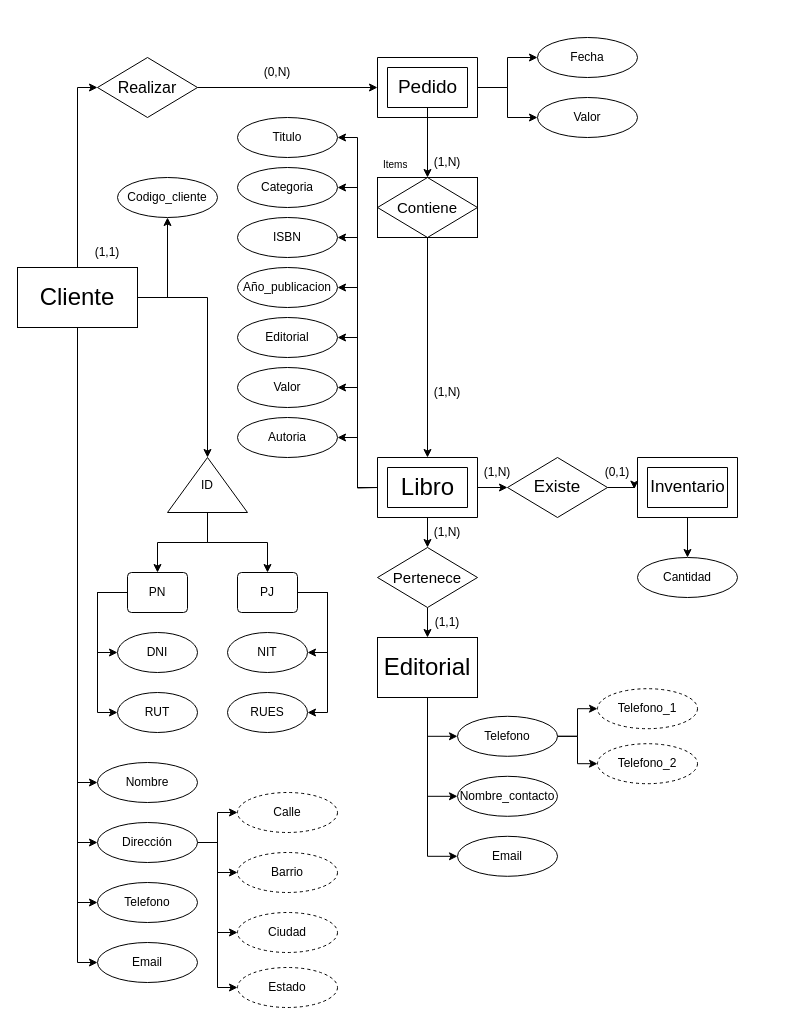
The draw.io diagram Diagrama sin título.drawio in MattLudu/portfolio, before the edit. Source tidied: cells renumbered, new cells numbered last; positions are measured from the earlier drawing's top-left corner, leaving out a move shared by most shapes. Both pictures are drawn from the tidied source at 100%, with x=0, y=0 at pixel (17, 37).
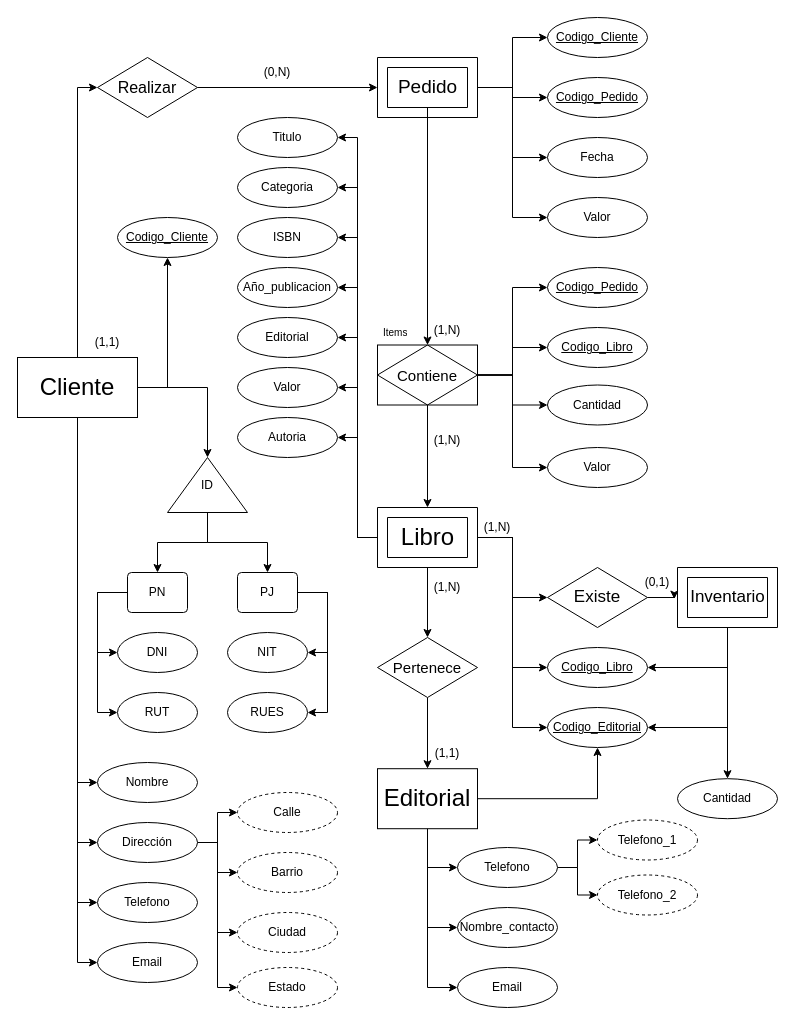
The same diagram, later.

Unchanged cells that the change refers to:
```xml
<mxCell id="16" style="verticalLabelPosition=bottom;verticalAlign=top;html=1;shape=mxgraph.basic.frame;dx=10;whiteSpace=wrap;" parent="15" vertex="1">
  <mxGeometry width="100" height="60" as="geometry" />
</mxCell>
<mxCell id="19" style="verticalLabelPosition=bottom;verticalAlign=top;html=1;shape=mxgraph.basic.frame;dx=10;whiteSpace=wrap;" parent="18" vertex="1">
  <mxGeometry width="100" height="60" as="geometry" />
</mxCell>
<mxCell id="22" style="verticalLabelPosition=bottom;verticalAlign=top;html=1;shape=mxgraph.basic.frame;dx=10;whiteSpace=wrap;" parent="21" vertex="1">
  <mxGeometry width="100" height="60" as="geometry" />
</mxCell>
<mxCell id="57" value="ID" style="triangle;whiteSpace=wrap;html=1;direction=north;" parent="1" vertex="1">
  <mxGeometry x="150" y="420" width="80" height="55" as="geometry" />
</mxCell>
<mxCell id="74" value="Titulo" style="ellipse;whiteSpace=wrap;html=1;align=center;" parent="1" vertex="1">
  <mxGeometry x="220" y="80" width="100" height="40" as="geometry" />
</mxCell>
```

The edit, as a diff of the source:
```diff
@@
     <mxCell id="7" style="edgeStyle=orthogonalEdgeStyle;rounded=0;jettySize=auto;html=1;exitX=1;exitY=0.5;exitDx=0;exitDy=0;entryX=1;entryY=0.5;entryDx=0;entryDy=0;" parent="1" edge="1" source="9" target="57">
       <mxGeometry relative="1" as="geometry">
         <Array as="points">
-          <mxPoint x="190" y="260" />
+          <mxPoint x="190" y="350" />
         </Array>
       </mxGeometry>
     </mxCell>
-    <mxCell id="8" style="edgeStyle=orthogonalEdgeStyle;rounded=0;jettySize=auto;html=1;entryX=0.5;entryY=1;entryDx=0;entryDy=0;exitX=1;exitY=0.5;exitDx=0;exitDy=0;" parent="1" edge="1" source="9" target="95">
+    <mxCell id="8" style="edgeStyle=orthogonalEdgeStyle;rounded=0;jettySize=auto;html=1;exitX=1;exitY=0.5;exitDx=0;exitDy=0;entryX=0.5;entryY=1;entryDx=0;entryDy=0;" parent="1" edge="1" source="9" target="101">
       <mxGeometry relative="1" as="geometry" />
     </mxCell>
     <mxCell id="9" value="&lt;font style=&quot;font-size: 24px;&quot;&gt;Cliente&lt;/font&gt;" style="rounded=0;whiteSpace=wrap;html=1;" parent="1" vertex="1">
-      <mxGeometry y="230" width="120" height="60" as="geometry" />
+      <mxGeometry y="320" width="120" height="60" as="geometry" />
     </mxCell>
@@
+    <mxCell id="96" style="edgeStyle=orthogonalEdgeStyle;rounded=0;jettySize=auto;html=1;entryX=0.5;entryY=1;entryDx=0;entryDy=0;" parent="1" edge="1" source="13" target="102">
+      <mxGeometry relative="1" as="geometry" />
+    </mxCell>
     <mxCell id="13" value="&lt;font style=&quot;font-size: 24px;&quot;&gt;Editorial&lt;/font&gt;" style="rounded=0;whiteSpace=wrap;html=1;" parent="1" vertex="1">
-      <mxGeometry x="360" y="600" width="100" height="60" as="geometry" />
+      <mxGeometry x="360" y="731.2" width="100" height="60" as="geometry" />
     </mxCell>
@@
     <mxCell id="15" style="group;" parent="1" vertex="1">
-      <mxGeometry x="360" y="420" width="100" height="60" as="geometry" />
+      <mxGeometry x="360" y="470" width="100" height="60" as="geometry" />
     </mxCell>
@@
     <mxCell id="21" style="group;" parent="1" vertex="1">
-      <mxGeometry x="620" y="420" width="100" height="60" as="geometry" />
+      <mxGeometry x="660" y="530" width="100" height="60" as="geometry" />
     </mxCell>
@@
     <mxCell id="25" value="(1,1)" style="text;html=1;align=center;verticalAlign=middle;whiteSpace=wrap;rounded=0;" parent="1" vertex="1">
-      <mxGeometry x="60" y="200" width="60" height="30" as="geometry" />
+      <mxGeometry x="60" y="290" width="60" height="30" as="geometry" />
     </mxCell>
@@
     <mxCell id="28" value="(1,N)" style="text;html=1;align=center;verticalAlign=middle;whiteSpace=wrap;rounded=0;" parent="1" vertex="1">
-      <mxGeometry x="400" y="110" width="60" height="30" as="geometry" />
+      <mxGeometry x="400" y="277.5" width="60" height="30" as="geometry" />
     </mxCell>
     <mxCell id="29" value="(1,N)" style="text;html=1;align=center;verticalAlign=middle;whiteSpace=wrap;rounded=0;" parent="1" vertex="1">
-      <mxGeometry x="400" y="340" width="60" height="30" as="geometry" />
+      <mxGeometry x="400" y="387.5" width="60" height="30" as="geometry" />
     </mxCell>
@@
     <mxCell id="31" value="&lt;font style=&quot;font-size: 15px;&quot;&gt;Pertenece&lt;/font&gt;" style="rhombus;whiteSpace=wrap;html=1;" parent="1" vertex="1">
-      <mxGeometry x="360" y="510" width="100" height="60" as="geometry" />
+      <mxGeometry x="360" y="600" width="100" height="60" as="geometry" />
     </mxCell>
@@
     <mxCell id="33" value="(1,N)" style="text;html=1;align=center;verticalAlign=middle;whiteSpace=wrap;rounded=0;" parent="1" vertex="1">
-      <mxGeometry x="400" y="480" width="60" height="30" as="geometry" />
+      <mxGeometry x="400" y="535" width="60" height="30" as="geometry" />
     </mxCell>
     <mxCell id="34" value="(1,1)" style="text;html=1;align=center;verticalAlign=middle;whiteSpace=wrap;rounded=0;" parent="1" vertex="1">
-      <mxGeometry x="400" y="570" width="60" height="30" as="geometry" />
+      <mxGeometry x="400" y="701.2" width="60" height="30" as="geometry" />
     </mxCell>
     <mxCell id="35" value="&lt;font style=&quot;font-size: 17px;&quot;&gt;Existe&lt;/font&gt;" style="rhombus;whiteSpace=wrap;html=1;" parent="1" vertex="1">
-      <mxGeometry x="490" y="420" width="100" height="60" as="geometry" />
+      <mxGeometry x="530" y="530" width="100" height="60" as="geometry" />
     </mxCell>
@@
     <mxCell id="38" value="(1,N)" style="text;html=1;align=center;verticalAlign=middle;whiteSpace=wrap;rounded=0;" parent="1" vertex="1">
-      <mxGeometry x="450" y="420" width="60" height="30" as="geometry" />
+      <mxGeometry x="450" y="475" width="60" height="30" as="geometry" />
     </mxCell>
     <mxCell id="39" value="(0,1)" style="text;html=1;align=center;verticalAlign=middle;whiteSpace=wrap;rounded=0;" parent="1" vertex="1">
-      <mxGeometry x="570" y="420" width="60" height="30" as="geometry" />
+      <mxGeometry x="610" y="530" width="60" height="30" as="geometry" />
     </mxCell>
+    <mxCell id="97" style="edgeStyle=orthogonalEdgeStyle;rounded=0;jettySize=auto;html=1;entryX=0;entryY=0.5;entryDx=0;entryDy=0;" parent="1" edge="1" source="40" target="110">
+      <mxGeometry relative="1" as="geometry" />
+    </mxCell>
+    <mxCell id="98" style="edgeStyle=orthogonalEdgeStyle;rounded=0;jettySize=auto;html=1;entryX=0;entryY=0.5;entryDx=0;entryDy=0;" parent="1" edge="1" source="40" target="109">
+      <mxGeometry relative="1" as="geometry" />
+    </mxCell>
+    <mxCell id="99" style="edgeStyle=orthogonalEdgeStyle;rounded=0;jettySize=auto;html=1;entryX=0;entryY=0.5;entryDx=0;entryDy=0;" parent="1" edge="1" source="40" target="115">
+      <mxGeometry relative="1" as="geometry" />
+    </mxCell>
+    <mxCell id="100" style="edgeStyle=orthogonalEdgeStyle;rounded=0;jettySize=auto;html=1;entryX=0;entryY=0.5;entryDx=0;entryDy=0;" parent="1" edge="1" source="40" target="114">
+      <mxGeometry relative="1" as="geometry" />
+    </mxCell>
     <mxCell id="40" value="&lt;font style=&quot;font-size: 15px;&quot;&gt;Contiene&lt;/font&gt;" style="shape=associativeEntity;whiteSpace=wrap;html=1;align=center;" parent="1" vertex="1">
-      <mxGeometry x="360" y="140" width="100" height="60" as="geometry" />
+      <mxGeometry x="360" y="307.5" width="100" height="60" as="geometry" />
     </mxCell>
     <mxCell id="41" value="Items" style="text;strokeColor=none;fillColor=none;spacingLeft=4;spacingRight=4;overflow=hidden;fontSize=10;whiteSpace=wrap;html=1;" parent="1" vertex="1">
-      <mxGeometry x="360" y="115" width="40" height="30" as="geometry" />
+      <mxGeometry x="360" y="282.5" width="40" height="30" as="geometry" />
     </mxCell>
@@
     <mxCell id="68" value="Fecha" style="ellipse;whiteSpace=wrap;html=1;align=center;" parent="1" vertex="1">
-      <mxGeometry x="520" width="100" height="40" as="geometry" />
+      <mxGeometry x="530" y="100" width="100" height="40" as="geometry" />
     </mxCell>
     <mxCell id="69" value="Valor" style="ellipse;whiteSpace=wrap;html=1;align=center;" parent="1" vertex="1">
-      <mxGeometry x="520" y="60" width="100" height="40" as="geometry" />
+      <mxGeometry x="530" y="160" width="100" height="40" as="geometry" />
     </mxCell>
-    <mxCell id="70" style="edgeStyle=orthogonalEdgeStyle;rounded=0;jettySize=auto;html=1;entryX=0;entryY=0.5;entryDx=0;entryDy=0;exitX=1;exitY=0.5;exitDx=0;exitDy=0;exitPerimeter=0;" parent="1" edge="1" source="19" target="68">
-      <mxGeometry relative="1" as="geometry">
-        <Array as="points">
-          <mxPoint x="490" y="50" />
-          <mxPoint x="490" y="20" />
-        </Array>
-      </mxGeometry>
-    </mxCell>
-    <mxCell id="71" style="edgeStyle=orthogonalEdgeStyle;rounded=0;jettySize=auto;html=1;entryX=0;entryY=0.5;entryDx=0;entryDy=0;" parent="1" edge="1" source="19" target="69">
-      <mxGeometry relative="1" as="geometry">
-        <Array as="points">
-          <mxPoint x="490" y="50" />
-          <mxPoint x="490" y="80" />
-        </Array>
-      </mxGeometry>
-    </mxCell>
     <mxCell id="72" value="Cantidad" style="ellipse;whiteSpace=wrap;html=1;align=center;" parent="1" vertex="1">
-      <mxGeometry x="620" y="520" width="100" height="40" as="geometry" />
+      <mxGeometry x="660" y="741.2" width="100" height="40" as="geometry" />
     </mxCell>
@@
-    <mxCell id="81" style="edgeStyle=orthogonalEdgeStyle;rounded=0;jettySize=auto;html=1;entryX=1;entryY=0.5;entryDx=0;entryDy=0;" parent="1" edge="1" target="74">
-      <mxGeometry relative="1" as="geometry">
-        <mxPoint x="360" y="450" as="sourcePoint" />
-      </mxGeometry>
+    <mxCell id="81" style="edgeStyle=orthogonalEdgeStyle;rounded=0;jettySize=auto;html=1;entryX=1;entryY=0.5;entryDx=0;entryDy=0;exitX=0;exitY=0.5;exitDx=0;exitDy=0;exitPerimeter=0;" parent="1" edge="1" source="16" target="74">
+      <mxGeometry relative="1" as="geometry" />
     </mxCell>
@@
     <mxCell id="88" value="Nombre_contacto" style="ellipse;whiteSpace=wrap;html=1;align=center;" parent="1" vertex="1">
-      <mxGeometry x="440" y="738.8" width="100" height="40" as="geometry" />
+      <mxGeometry x="440" y="870" width="100" height="40" as="geometry" />
     </mxCell>
@@
     <mxCell id="91" value="Telefono" style="ellipse;whiteSpace=wrap;html=1;align=center;" parent="1" vertex="1">
-      <mxGeometry x="440" y="678.8" width="100" height="40" as="geometry" />
+      <mxGeometry x="440" y="810" width="100" height="40" as="geometry" />
     </mxCell>
     <mxCell id="92" value="Email" style="ellipse;whiteSpace=wrap;html=1;align=center;" parent="1" vertex="1">
-      <mxGeometry x="440" y="798.8" width="100" height="40" as="geometry" />
+      <mxGeometry x="440" y="930" width="100" height="40" as="geometry" />
     </mxCell>
     <mxCell id="93" value="Telefono_1" style="ellipse;whiteSpace=wrap;html=1;align=center;dashed=1;" parent="1" vertex="1">
-      <mxGeometry x="580" y="651.2" width="100" height="40" as="geometry" />
+      <mxGeometry x="580" y="782.5" width="100" height="40" as="geometry" />
     </mxCell>
     <mxCell id="94" value="Telefono_2" style="ellipse;whiteSpace=wrap;html=1;align=center;dashed=1;" parent="1" vertex="1">
-      <mxGeometry x="580" y="706.2" width="100" height="40" as="geometry" />
+      <mxGeometry x="580" y="837.5" width="100" height="40" as="geometry" />
     </mxCell>
-    <mxCell id="95" value="Codigo_cliente" style="ellipse;whiteSpace=wrap;html=1;align=center;" parent="1" vertex="1">
-      <mxGeometry x="100" y="140" width="100" height="40" as="geometry" />
-    </mxCell>
+    <mxCell id="101" value="Codigo_Cliente" style="ellipse;whiteSpace=wrap;html=1;align=center;fontStyle=4;" parent="1" vertex="1">
+      <mxGeometry x="100" y="180" width="100" height="40" as="geometry" />
+    </mxCell>
+    <mxCell id="102" value="Codigo_Editorial" style="ellipse;whiteSpace=wrap;html=1;align=center;fontStyle=4;" parent="1" vertex="1">
+      <mxGeometry x="530" y="670" width="100" height="40" as="geometry" />
+    </mxCell>
+    <mxCell id="103" value="Codigo_Cliente" style="ellipse;whiteSpace=wrap;html=1;align=center;fontStyle=4;" parent="1" vertex="1">
+      <mxGeometry x="530" y="-20" width="100" height="40" as="geometry" />
+    </mxCell>
+    <mxCell id="104" style="edgeStyle=orthogonalEdgeStyle;rounded=0;jettySize=auto;html=1;exitX=1;exitY=0.5;exitDx=0;exitDy=0;exitPerimeter=0;entryX=0;entryY=0.5;entryDx=0;entryDy=0;" parent="1" edge="1" source="16" target="102">
+      <mxGeometry relative="1" as="geometry" />
+    </mxCell>
+    <mxCell id="105" style="edgeStyle=orthogonalEdgeStyle;rounded=0;jettySize=auto;html=1;entryX=1;entryY=0.5;entryDx=0;entryDy=0;exitX=0.5;exitY=1;exitDx=0;exitDy=0;exitPerimeter=0;" parent="1" edge="1" source="22" target="102">
+      <mxGeometry relative="1" as="geometry">
+        <Array as="points">
+          <mxPoint x="710" y="690" />
+        </Array>
+      </mxGeometry>
+    </mxCell>
+    <mxCell id="106" style="edgeStyle=orthogonalEdgeStyle;rounded=0;jettySize=auto;html=1;entryX=0;entryY=0.5;entryDx=0;entryDy=0;" parent="1" edge="1" source="19" target="103">
+      <mxGeometry relative="1" as="geometry" />
+    </mxCell>
+    <mxCell id="70" style="edgeStyle=orthogonalEdgeStyle;rounded=0;jettySize=auto;html=1;entryX=0;entryY=0.5;entryDx=0;entryDy=0;" parent="1" edge="1" source="19" target="68">
+      <mxGeometry relative="1" as="geometry" />
+    </mxCell>
+    <mxCell id="71" style="edgeStyle=orthogonalEdgeStyle;rounded=0;jettySize=auto;html=1;entryX=0;entryY=0.5;entryDx=0;entryDy=0;" parent="1" edge="1" source="19" target="69">
+      <mxGeometry relative="1" as="geometry" />
+    </mxCell>
+    <mxCell id="107" value="Codigo_Pedido" style="ellipse;whiteSpace=wrap;html=1;align=center;fontStyle=4;" parent="1" vertex="1">
+      <mxGeometry x="530" y="40" width="100" height="40" as="geometry" />
+    </mxCell>
+    <mxCell id="108" style="edgeStyle=orthogonalEdgeStyle;rounded=0;jettySize=auto;html=1;entryX=0;entryY=0.5;entryDx=0;entryDy=0;" parent="1" edge="1" source="19" target="107">
+      <mxGeometry relative="1" as="geometry" />
+    </mxCell>
+    <mxCell id="109" value="Valor" style="ellipse;whiteSpace=wrap;html=1;align=center;" parent="1" vertex="1">
+      <mxGeometry x="530" y="410" width="100" height="40" as="geometry" />
+    </mxCell>
+    <mxCell id="110" value="Cantidad" style="ellipse;whiteSpace=wrap;html=1;align=center;" parent="1" vertex="1">
+      <mxGeometry x="530" y="347.5" width="100" height="40" as="geometry" />
+    </mxCell>
+    <mxCell id="111" value="Codigo_Libro" style="ellipse;whiteSpace=wrap;html=1;align=center;fontStyle=4;" parent="1" vertex="1">
+      <mxGeometry x="530" y="610" width="100" height="40" as="geometry" />
+    </mxCell>
+    <mxCell id="112" style="edgeStyle=orthogonalEdgeStyle;rounded=0;jettySize=auto;html=1;entryX=0;entryY=0.5;entryDx=0;entryDy=0;" parent="1" edge="1" source="16" target="111">
+      <mxGeometry relative="1" as="geometry" />
+    </mxCell>
+    <mxCell id="113" style="edgeStyle=orthogonalEdgeStyle;rounded=0;jettySize=auto;html=1;entryX=1;entryY=0.5;entryDx=0;entryDy=0;exitX=0.5;exitY=1;exitDx=0;exitDy=0;exitPerimeter=0;" parent="1" edge="1" source="22" target="111">
+      <mxGeometry relative="1" as="geometry" />
+    </mxCell>
+    <mxCell id="114" value="Codigo_Libro" style="ellipse;whiteSpace=wrap;html=1;align=center;fontStyle=4;" parent="1" vertex="1">
+      <mxGeometry x="530" y="290" width="100" height="40" as="geometry" />
+    </mxCell>
+    <mxCell id="115" value="Codigo_Pedido" style="ellipse;whiteSpace=wrap;html=1;align=center;fontStyle=4;" parent="1" vertex="1">
+      <mxGeometry x="530" y="230" width="100" height="40" as="geometry" />
+    </mxCell>
```
